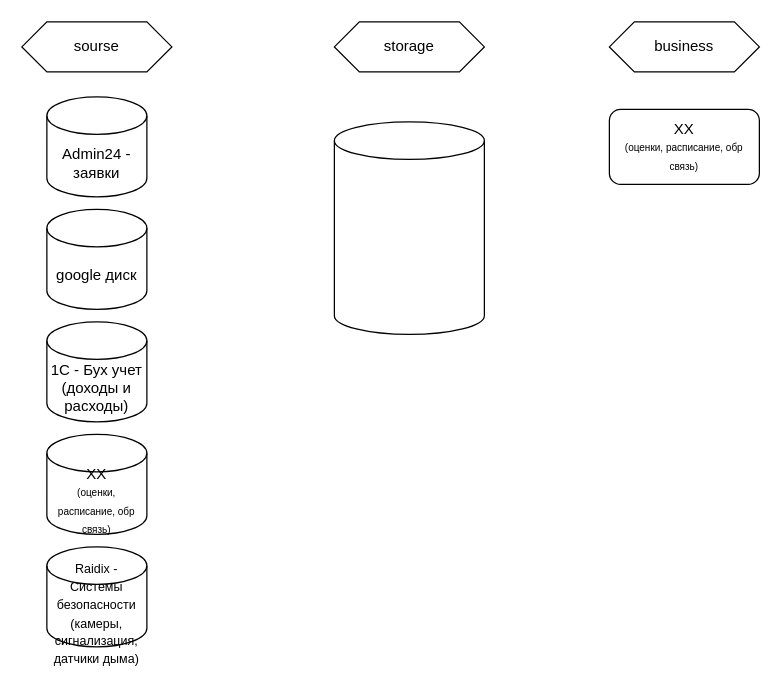
Before: Диаграмма без названия.drawio in Helga1128/DE-101-Module1-, a draw.io diagram. Source tidied: cells renumbered, new cells numbered last; positions are measured from the earlier drawing's top-left corner, leaving out a move shared by most shapes. Both pictures are drawn from the tidied source at 125%, with x=0, y=0 at pixel (21, 21).
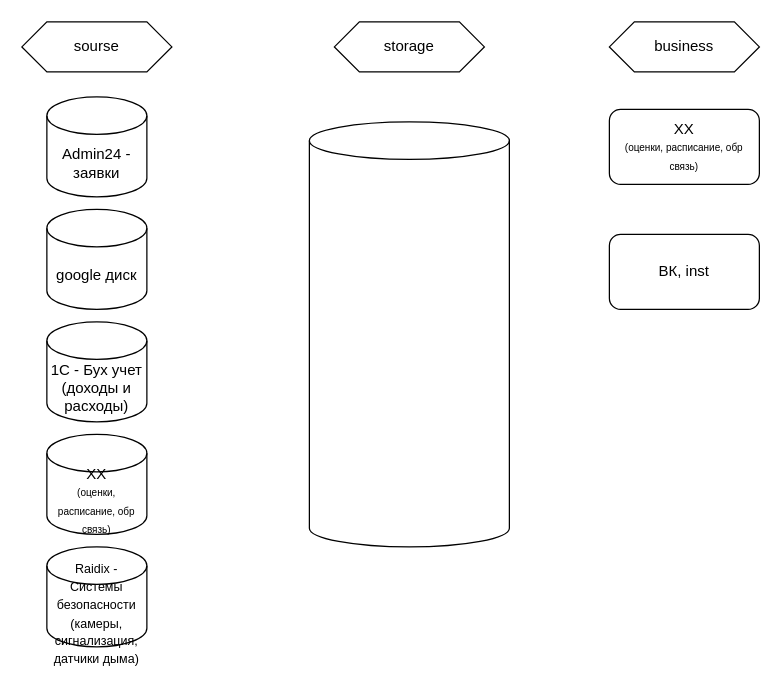
The same diagram, later.

Diff of the diagram source:
```diff
@@
 <mxGraphModel>
   <root>
     <mxCell id="0" />
     <mxCell id="1" parent="0" />
     <mxCell id="2" value="sourse" style="shape=hexagon;perimeter=hexagonPerimeter2;whiteSpace=wrap;html=1;fixedSize=1;" parent="1" vertex="1">
       <mxGeometry width="120" height="40" as="geometry" />
     </mxCell>
     <mxCell id="3" value="Admin24 - заявки" style="shape=cylinder3;whiteSpace=wrap;html=1;boundedLbl=1;backgroundOutline=1;size=15;" parent="1" vertex="1">
       <mxGeometry x="20" y="60" width="80" height="80" as="geometry" />
     </mxCell>
     <mxCell id="4" value="google диск" style="shape=cylinder3;whiteSpace=wrap;html=1;boundedLbl=1;backgroundOutline=1;size=15;" parent="1" vertex="1">
       <mxGeometry x="20" y="150" width="80" height="80" as="geometry" />
     </mxCell>
     <mxCell id="5" value="ХХ&lt;div&gt;&lt;font style=&quot;font-size: 8px;&quot;&gt;(оценки, расписание, обр связь)&lt;/font&gt;&lt;/div&gt;" style="shape=cylinder3;whiteSpace=wrap;html=1;boundedLbl=1;backgroundOutline=1;size=15;" parent="1" vertex="1">
       <mxGeometry x="20" y="330" width="80" height="80" as="geometry" />
     </mxCell>
     <mxCell id="6" value="storage" style="shape=hexagon;perimeter=hexagonPerimeter2;whiteSpace=wrap;html=1;fixedSize=1;" parent="1" vertex="1">
       <mxGeometry x="250" width="120" height="40" as="geometry" />
     </mxCell>
     <mxCell id="7" value="business" style="shape=hexagon;perimeter=hexagonPerimeter2;whiteSpace=wrap;html=1;fixedSize=1;" parent="1" vertex="1">
       <mxGeometry x="470" width="120" height="40" as="geometry" />
     </mxCell>
     <mxCell id="8" style="shape=cylinder3;whiteSpace=wrap;html=1;boundedLbl=1;backgroundOutline=1;size=15;" parent="1" vertex="1">
-      <mxGeometry x="250" y="80" width="120" height="170" as="geometry" />
+      <mxGeometry x="230" y="80" width="160" height="340" as="geometry" />
     </mxCell>
     <mxCell id="9" value="ХХ&lt;div&gt;&lt;font style=&quot;font-size: 8px;&quot;&gt;(оценки, расписание, обр связь)&lt;/font&gt;&lt;/div&gt;" style="rounded=1;whiteSpace=wrap;html=1;" parent="1" vertex="1">
       <mxGeometry x="470" y="70" width="120" height="60" as="geometry" />
     </mxCell>
     <mxCell id="10" value="1С - Бух учет (доходы и расходы)" style="shape=cylinder3;whiteSpace=wrap;html=1;boundedLbl=1;backgroundOutline=1;size=15;" parent="1" vertex="1">
       <mxGeometry x="20" y="240" width="80" height="80" as="geometry" />
     </mxCell>
     <mxCell id="11" value="&lt;span style=&quot;font-size: 10px;&quot;&gt;Raidix - Системы безопасности (камеры, сигнализация, датчики дыма)&lt;/span&gt;" style="shape=cylinder3;whiteSpace=wrap;html=1;boundedLbl=1;backgroundOutline=1;size=15;" parent="1" vertex="1">
       <mxGeometry x="20" y="420" width="80" height="80" as="geometry" />
     </mxCell>
+    <mxCell id="12" value="ВК, inst" style="rounded=1;whiteSpace=wrap;html=1;" parent="1" vertex="1">
+      <mxGeometry x="470" y="170" width="120" height="60" as="geometry" />
+    </mxCell>
   </root>
 </mxGraphModel>
```
